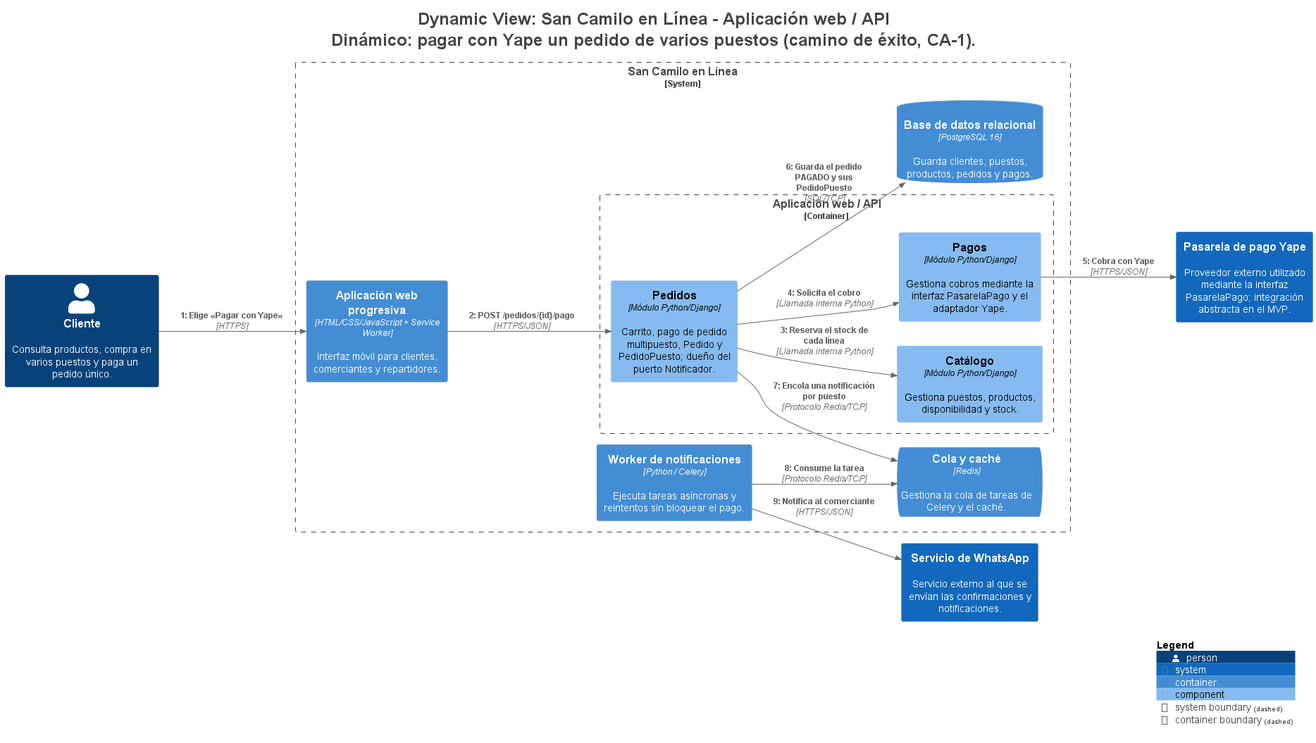
paredes1234/cs-2026b-lab04-grupo07 keeps this PlantUML diagram as docs/architecture/c4/img/ConfirmarYPagar.png. Above is the earlier version. The source it was exported from:
```plantuml
@startuml
title <size:24>Dynamic View: San Camilo en Línea - Aplicación web / API</size>\n<size:24>Dinámico: pagar con Yape un pedido de varios puestos (camino de éxito, CA-1).</size>

set separator none
left to right direction

<style>
  root {
    BackgroundColor: #ffffff
    FontColor: #444444
  }
</style>

!include <C4/C4>
!include <C4/C4_Context>
!include <C4/C4_Container>
!include <C4/C4_Component>

Person(Cliente, "Cliente", $descr="Consulta productos, compra en varios puestos y paga un pedido único.", $tags="", $link="")

System(PasareladepagoYape, "Pasarela de pago Yape", $descr="Proveedor externo utilizado mediante la interfaz PasarelaPago; integración abstracta en el MVP.", $tags="", $link="")
System(ServiciodeWhatsApp, "Servicio de WhatsApp", $descr="Servicio externo al que se envían las confirmaciones y notificaciones.", $tags="", $link="")

System_Boundary("SanCamiloenLínea_boundary", "San Camilo en Línea", $tags="") {
  Container_Boundary("SanCamiloenLínea.AplicaciónwebAPI_boundary", "Aplicación web / API", $tags="") {
    Component(SanCamiloenLínea.AplicaciónwebAPI.Catálogo, "Catálogo", $techn="Módulo Python/Django", $descr="Gestiona puestos, productos, disponibilidad y stock.", $tags="", $link="")
    Component(SanCamiloenLínea.AplicaciónwebAPI.Pedidos, "Pedidos", $techn="Módulo Python/Django", $descr="Carrito, pago de pedido multipuesto, Pedido y PedidoPuesto; dueño del puerto Notificador.", $tags="", $link="")
    Component(SanCamiloenLínea.AplicaciónwebAPI.Pagos, "Pagos", $techn="Módulo Python/Django", $descr="Gestiona cobros mediante la interfaz PasarelaPago y el adaptador Yape.", $tags="", $link="")
  }

  Container(SanCamiloenLínea.Workerdenotificaciones, "Worker de notificaciones", $techn="Python / Celery", $descr="Ejecuta tareas asíncronas y reintentos sin bloquear el pago.", $tags="", $link="")
  ContainerDb(SanCamiloenLínea.Basededatosrelacional, "Base de datos relacional", $techn="PostgreSQL 16", $descr="Guarda clientes, puestos, productos, pedidos y pagos.", $tags="", $link="")
  ContainerQueue(SanCamiloenLínea.Colaycaché, "Cola y caché", $techn="Redis", $descr="Gestiona la cola de tareas de Celery y el caché.", $tags="", $link="")
  Container(SanCamiloenLínea.Aplicaciónwebprogresiva, "Aplicación web progresiva", $techn="HTML/CSS/JavaScript + Service Worker", $descr="Interfaz móvil para clientes, comerciantes y repartidores.", $tags="", $link="")
}

Person(Cliente, "Cliente", $descr="Consulta productos, compra en varios puestos y paga un pedido único.", $tags="", $link="")
Container(SanCamiloenLínea.Aplicaciónwebprogresiva, "Aplicación web progresiva", $techn="HTML/CSS/JavaScript + Service Worker", $descr="Interfaz móvil para clientes, comerciantes y repartidores.", $tags="", $link="")
Container(SanCamiloenLínea.Workerdenotificaciones, "Worker de notificaciones", $techn="Python / Celery", $descr="Ejecuta tareas asíncronas y reintentos sin bloquear el pago.", $tags="", $link="")
ContainerDb(SanCamiloenLínea.Basededatosrelacional, "Base de datos relacional", $techn="PostgreSQL 16", $descr="Guarda clientes, puestos, productos, pedidos y pagos.", $tags="", $link="")
ContainerQueue(SanCamiloenLínea.Colaycaché, "Cola y caché", $techn="Redis", $descr="Gestiona la cola de tareas de Celery y el caché.", $tags="", $link="")
System(PasareladepagoYape, "Pasarela de pago Yape", $descr="Proveedor externo utilizado mediante la interfaz PasarelaPago; integración abstracta en el MVP.", $tags="", $link="")
System(ServiciodeWhatsApp, "Servicio de WhatsApp", $descr="Servicio externo al que se envían las confirmaciones y notificaciones.", $tags="", $link="")

Rel(Cliente, SanCamiloenLínea.Aplicaciónwebprogresiva, "1: Elige «Pagar con Yape»", $techn="HTTPS", $tags="", $link="")
Rel(SanCamiloenLínea.Aplicaciónwebprogresiva, SanCamiloenLínea.AplicaciónwebAPI.Pedidos, "2: POST /pedidos/{id}/pago", $techn="HTTPS/JSON", $tags="", $link="")
Rel(SanCamiloenLínea.AplicaciónwebAPI.Pedidos, SanCamiloenLínea.AplicaciónwebAPI.Catálogo, "3: Reserva el stock de cada línea", $techn="Llamada interna Python", $tags="", $link="")
Rel(SanCamiloenLínea.AplicaciónwebAPI.Pedidos, SanCamiloenLínea.AplicaciónwebAPI.Pagos, "4: Solicita el cobro", $techn="Llamada interna Python", $tags="", $link="")
Rel(SanCamiloenLínea.AplicaciónwebAPI.Pagos, PasareladepagoYape, "5: Cobra con Yape", $techn="HTTPS/JSON", $tags="", $link="")
Rel(SanCamiloenLínea.AplicaciónwebAPI.Pedidos, SanCamiloenLínea.Basededatosrelacional, "6: Guarda el pedido PAGADO y sus PedidoPuesto", $techn="SQL/TCP", $tags="", $link="")
Rel(SanCamiloenLínea.AplicaciónwebAPI.Pedidos, SanCamiloenLínea.Colaycaché, "7: Encola una notificación por puesto", $techn="Protocolo Redis/TCP", $tags="", $link="")
Rel(SanCamiloenLínea.Workerdenotificaciones, SanCamiloenLínea.Colaycaché, "8: Consume la tarea", $techn="Protocolo Redis/TCP", $tags="", $link="")
Rel(SanCamiloenLínea.Workerdenotificaciones, ServiciodeWhatsApp, "9: Notifica al comerciante", $techn="HTTPS/JSON", $tags="", $link="")

SHOW_LEGEND(true)
hide stereotypes
@enduml
```
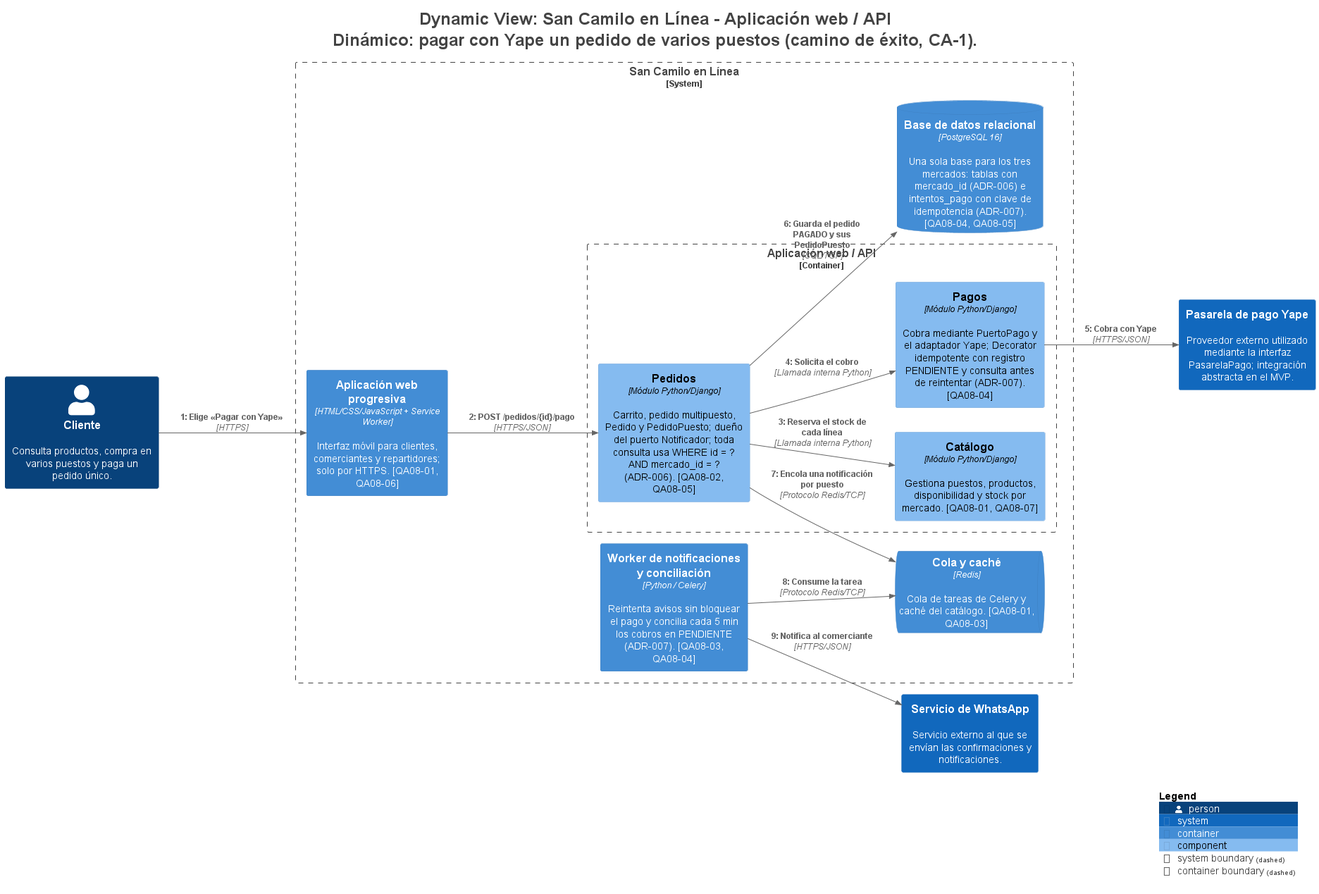
The same file after the commit.

The edit, as a diff of the source:
```diff
@@ -23,22 +23,22 @@
 
 System_Boundary("SanCamiloenLínea_boundary", "San Camilo en Línea", $tags="") {
   Container_Boundary("SanCamiloenLínea.AplicaciónwebAPI_boundary", "Aplicación web / API", $tags="") {
-    Component(SanCamiloenLínea.AplicaciónwebAPI.Catálogo, "Catálogo", $techn="Módulo Python/Django", $descr="Gestiona puestos, productos, disponibilidad y stock.", $tags="", $link="")
-    Component(SanCamiloenLínea.AplicaciónwebAPI.Pedidos, "Pedidos", $techn="Módulo Python/Django", $descr="Carrito, pago de pedido multipuesto, Pedido y PedidoPuesto; dueño del puerto Notificador.", $tags="", $link="")
-    Component(SanCamiloenLínea.AplicaciónwebAPI.Pagos, "Pagos", $techn="Módulo Python/Django", $descr="Gestiona cobros mediante la interfaz PasarelaPago y el adaptador Yape.", $tags="", $link="")
+    Component(SanCamiloenLínea.AplicaciónwebAPI.Catálogo, "Catálogo", $techn="Módulo Python/Django", $descr="Gestiona puestos, productos, disponibilidad y stock por mercado. [QA08-01, QA08-07]", $tags="", $link="")
+    Component(SanCamiloenLínea.AplicaciónwebAPI.Pedidos, "Pedidos", $techn="Módulo Python/Django", $descr="Carrito, pedido multipuesto, Pedido y PedidoPuesto; dueño del puerto Notificador; toda consulta usa WHERE id = ? AND mercado_id = ? (ADR-006). [QA08-02, QA08-05]", $tags="", $link="")
+    Component(SanCamiloenLínea.AplicaciónwebAPI.Pagos, "Pagos", $techn="Módulo Python/Django", $descr="Cobra mediante PuertoPago y el adaptador Yape; Decorator idempotente con registro PENDIENTE y consulta antes de reintentar (ADR-007). [QA08-04]", $tags="", $link="")
   }
 
-  Container(SanCamiloenLínea.Workerdenotificaciones, "Worker de notificaciones", $techn="Python / Celery", $descr="Ejecuta tareas asíncronas y reintentos sin bloquear el pago.", $tags="", $link="")
-  ContainerDb(SanCamiloenLínea.Basededatosrelacional, "Base de datos relacional", $techn="PostgreSQL 16", $descr="Guarda clientes, puestos, productos, pedidos y pagos.", $tags="", $link="")
-  ContainerQueue(SanCamiloenLínea.Colaycaché, "Cola y caché", $techn="Redis", $descr="Gestiona la cola de tareas de Celery y el caché.", $tags="", $link="")
-  Container(SanCamiloenLínea.Aplicaciónwebprogresiva, "Aplicación web progresiva", $techn="HTML/CSS/JavaScript + Service Worker", $descr="Interfaz móvil para clientes, comerciantes y repartidores.", $tags="", $link="")
+  Container(SanCamiloenLínea.Workerdenotificacionesyconciliación, "Worker de notificaciones y conciliación", $techn="Python / Celery", $descr="Reintenta avisos sin bloquear el pago y concilia cada 5 min los cobros en PENDIENTE (ADR-007). [QA08-03, QA08-04]", $tags="", $link="")
+  ContainerDb(SanCamiloenLínea.Basededatosrelacional, "Base de datos relacional", $techn="PostgreSQL 16", $descr="Una sola base para los tres mercados: tablas con mercado_id (ADR-006) e intentos_pago con clave de idempotencia (ADR-007). [QA08-04, QA08-05]", $tags="", $link="")
+  ContainerQueue(SanCamiloenLínea.Colaycaché, "Cola y caché", $techn="Redis", $descr="Cola de tareas de Celery y caché del catálogo. [QA08-01, QA08-03]", $tags="", $link="")
+  Container(SanCamiloenLínea.Aplicaciónwebprogresiva, "Aplicación web progresiva", $techn="HTML/CSS/JavaScript + Service Worker", $descr="Interfaz móvil para clientes, comerciantes y repartidores; solo por HTTPS. [QA08-01, QA08-06]", $tags="", $link="")
 }
 
 Person(Cliente, "Cliente", $descr="Consulta productos, compra en varios puestos y paga un pedido único.", $tags="", $link="")
-Container(SanCamiloenLínea.Aplicaciónwebprogresiva, "Aplicación web progresiva", $techn="HTML/CSS/JavaScript + Service Worker", $descr="Interfaz móvil para clientes, comerciantes y repartidores.", $tags="", $link="")
-Container(SanCamiloenLínea.Workerdenotificaciones, "Worker de notificaciones", $techn="Python / Celery", $descr="Ejecuta tareas asíncronas y reintentos sin bloquear el pago.", $tags="", $link="")
-ContainerDb(SanCamiloenLínea.Basededatosrelacional, "Base de datos relacional", $techn="PostgreSQL 16", $descr="Guarda clientes, puestos, productos, pedidos y pagos.", $tags="", $link="")
-ContainerQueue(SanCamiloenLínea.Colaycaché, "Cola y caché", $techn="Redis", $descr="Gestiona la cola de tareas de Celery y el caché.", $tags="", $link="")
+Container(SanCamiloenLínea.Aplicaciónwebprogresiva, "Aplicación web progresiva", $techn="HTML/CSS/JavaScript + Service Worker", $descr="Interfaz móvil para clientes, comerciantes y repartidores; solo por HTTPS. [QA08-01, QA08-06]", $tags="", $link="")
+Container(SanCamiloenLínea.Workerdenotificacionesyconciliación, "Worker de notificaciones y conciliación", $techn="Python / Celery", $descr="Reintenta avisos sin bloquear el pago y concilia cada 5 min los cobros en PENDIENTE (ADR-007). [QA08-03, QA08-04]", $tags="", $link="")
+ContainerDb(SanCamiloenLínea.Basededatosrelacional, "Base de datos relacional", $techn="PostgreSQL 16", $descr="Una sola base para los tres mercados: tablas con mercado_id (ADR-006) e intentos_pago con clave de idempotencia (ADR-007). [QA08-04, QA08-05]", $tags="", $link="")
+ContainerQueue(SanCamiloenLínea.Colaycaché, "Cola y caché", $techn="Redis", $descr="Cola de tareas de Celery y caché del catálogo. [QA08-01, QA08-03]", $tags="", $link="")
 System(PasareladepagoYape, "Pasarela de pago Yape", $descr="Proveedor externo utilizado mediante la interfaz PasarelaPago; integración abstracta en el MVP.", $tags="", $link="")
 System(ServiciodeWhatsApp, "Servicio de WhatsApp", $descr="Servicio externo al que se envían las confirmaciones y notificaciones.", $tags="", $link="")
 
@@ -49,8 +49,8 @@
 Rel(SanCamiloenLínea.AplicaciónwebAPI.Pagos, PasareladepagoYape, "5: Cobra con Yape", $techn="HTTPS/JSON", $tags="", $link="")
 Rel(SanCamiloenLínea.AplicaciónwebAPI.Pedidos, SanCamiloenLínea.Basededatosrelacional, "6: Guarda el pedido PAGADO y sus PedidoPuesto", $techn="SQL/TCP", $tags="", $link="")
 Rel(SanCamiloenLínea.AplicaciónwebAPI.Pedidos, SanCamiloenLínea.Colaycaché, "7: Encola una notificación por puesto", $techn="Protocolo Redis/TCP", $tags="", $link="")
-Rel(SanCamiloenLínea.Workerdenotificaciones, SanCamiloenLínea.Colaycaché, "8: Consume la tarea", $techn="Protocolo Redis/TCP", $tags="", $link="")
-Rel(SanCamiloenLínea.Workerdenotificaciones, ServiciodeWhatsApp, "9: Notifica al comerciante", $techn="HTTPS/JSON", $tags="", $link="")
+Rel(SanCamiloenLínea.Workerdenotificacionesyconciliación, SanCamiloenLínea.Colaycaché, "8: Consume la tarea", $techn="Protocolo Redis/TCP", $tags="", $link="")
+Rel(SanCamiloenLínea.Workerdenotificacionesyconciliación, ServiciodeWhatsApp, "9: Notifica al comerciante", $techn="HTTPS/JSON", $tags="", $link="")
 
 SHOW_LEGEND(true)
 hide stereotypes
```
